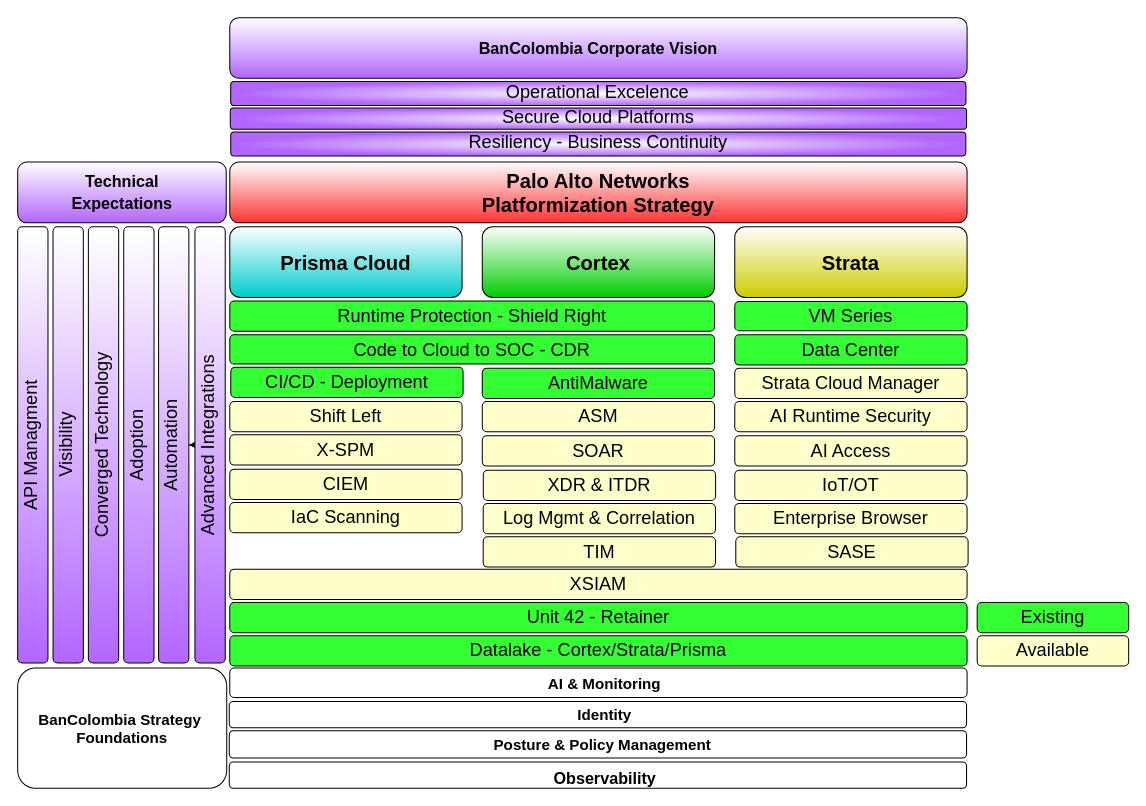
The draw.io diagram page "Long Term" (2 of 3) of BanColombia.drawio in lcastrose/architecture, before the edit. Source tidied: cells renumbered, new cells numbered last; positions are measured from the earlier drawing's top-left corner, leaving out a move shared by most shapes. Both pictures are drawn from the tidied source at 101%, with x=0, y=0 at pixel (17, -275).
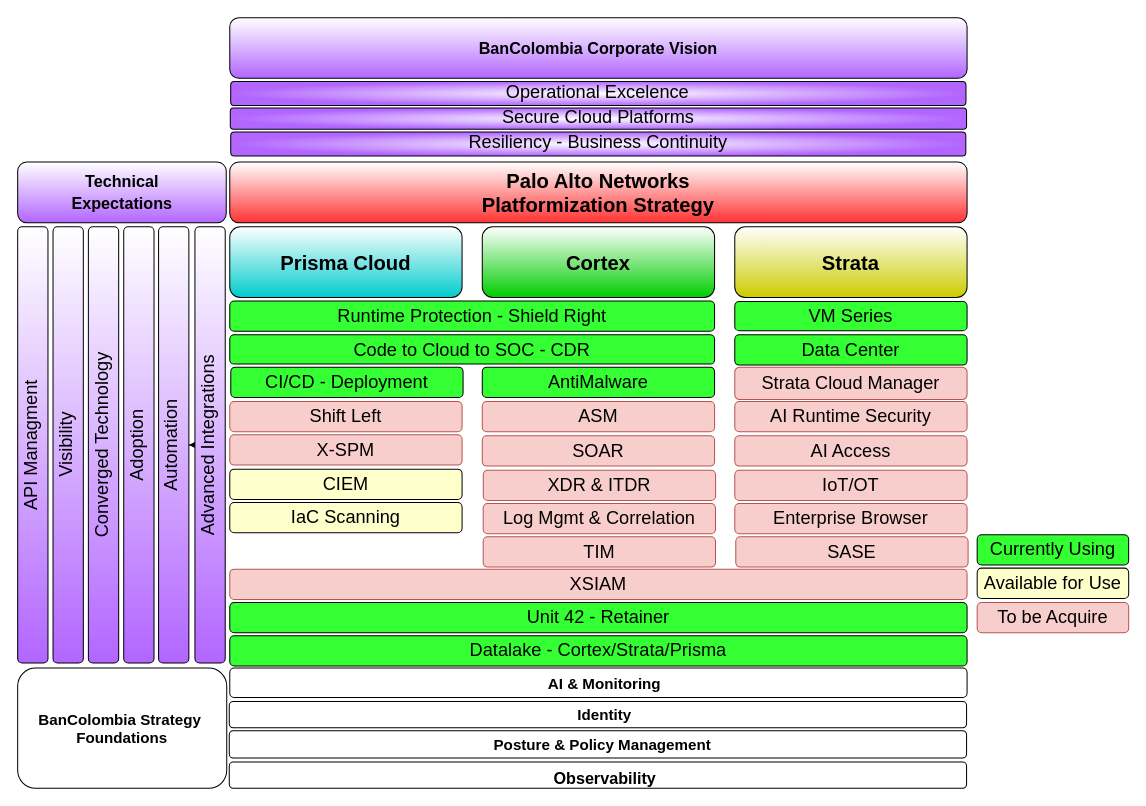
Above is the later version.

Diff of the diagram source:
```diff
@@
-    <mxCell id="11" value="Strata Cloud Manager" style="rounded=1;whiteSpace=wrap;html=1;fontSize=18;fillColor=#FFFFCC;" parent="1" vertex="1">
-      <mxGeometry x="710" y="636" width="230" height="30" as="geometry" />
+    <mxCell id="11" value="Strata Cloud Manager" style="rounded=1;whiteSpace=wrap;html=1;fontSize=18;fillColor=#f8cecc;strokeColor=#b85450;" parent="1" vertex="1">
+      <mxGeometry x="710" y="635" width="230" height="32" as="geometry" />
     </mxCell>
@@
-    <mxCell id="16" value="Enterprise Browser" style="rounded=1;whiteSpace=wrap;html=1;fontSize=18;fillColor=#FFFFCC;" parent="1" vertex="1">
+    <mxCell id="16" value="Enterprise Browser" style="rounded=1;whiteSpace=wrap;html=1;fontSize=18;fillColor=#f8cecc;strokeColor=#b85450;" parent="1" vertex="1">
       <mxGeometry x="710" y="770" width="230" height="30" as="geometry" />
     </mxCell>
@@
-    <mxCell id="18" value="Shift Left" style="rounded=1;whiteSpace=wrap;html=1;fontSize=18;fillColor=#FFFFCC;" parent="1" vertex="1">
+    <mxCell id="18" value="Shift Left" style="rounded=1;whiteSpace=wrap;html=1;fontSize=18;fillColor=#f8cecc;strokeColor=#b85450;" parent="1" vertex="1">
       <mxGeometry x="210" y="669" width="230" height="30" as="geometry" />
     </mxCell>
-    <mxCell id="19" value="X-SPM" style="rounded=1;whiteSpace=wrap;html=1;fontSize=18;fillColor=#FFFFCC;" parent="1" vertex="1">
+    <mxCell id="19" value="X-SPM" style="rounded=1;whiteSpace=wrap;html=1;fontSize=18;fillColor=#f8cecc;strokeColor=#b85450;" parent="1" vertex="1">
       <mxGeometry x="210" y="702" width="230" height="30" as="geometry" />
     </mxCell>
@@
-    <mxCell id="21" value="IoT/OT" style="rounded=1;whiteSpace=wrap;html=1;fontSize=18;strokeWidth=1;strokeColor=#000000;fillColor=#FFFFCC;" parent="1" vertex="1">
+    <mxCell id="21" value="IoT/OT" style="rounded=1;whiteSpace=wrap;html=1;fontSize=18;strokeWidth=1;strokeColor=#b85450;fillColor=#f8cecc;" parent="1" vertex="1">
       <mxGeometry x="710" y="737" width="230" height="30" as="geometry" />
     </mxCell>
@@
     <mxCell id="25" value="AntiMalware" style="rounded=1;whiteSpace=wrap;html=1;fontSize=18;fillColor=#33FF33;" parent="1" vertex="1">
-      <mxGeometry x="460" y="636" width="230" height="30" as="geometry" />
+      <mxGeometry x="460" y="635" width="230" height="30" as="geometry" />
     </mxCell>
@@
-    <mxCell id="29" value="XSIAM" style="rounded=1;whiteSpace=wrap;html=1;fontSize=18;fillColor=#FFFFCC;" parent="1" vertex="1">
+    <mxCell id="29" value="XSIAM" style="rounded=1;whiteSpace=wrap;html=1;fontSize=18;fillColor=#f8cecc;strokeColor=#b85450;" parent="1" vertex="1">
       <mxGeometry x="210" y="835" width="730" height="30" as="geometry" />
     </mxCell>
@@
-    <mxCell id="31" value="AI Runtime Security" style="rounded=1;whiteSpace=wrap;html=1;fontSize=18;fillColor=#FFFFCC;" parent="1" vertex="1">
+    <mxCell id="31" value="AI Runtime Security" style="rounded=1;whiteSpace=wrap;html=1;fontSize=18;fillColor=#f8cecc;strokeColor=#b85450;" parent="1" vertex="1">
       <mxGeometry x="710" y="669" width="230" height="30" as="geometry" />
     </mxCell>
-    <mxCell id="32" value="AI Access" style="rounded=1;whiteSpace=wrap;html=1;fontSize=18;fillColor=#FFFFCC;" parent="1" vertex="1">
+    <mxCell id="32" value="AI Access" style="rounded=1;whiteSpace=wrap;html=1;fontSize=18;fillColor=#f8cecc;strokeColor=#b85450;" parent="1" vertex="1">
       <mxGeometry x="710" y="703" width="230" height="30" as="geometry" />
     </mxCell>
-    <mxCell id="33" value="Existing" style="rounded=1;whiteSpace=wrap;html=1;fontSize=18;strokeWidth=1;strokeColor=#000000;fillColor=#33FF33;" parent="1" vertex="1">
-      <mxGeometry x="950" y="868" width="150" height="30" as="geometry" />
-    </mxCell>
-    <mxCell id="34" value="Available" style="rounded=1;whiteSpace=wrap;html=1;fontSize=18;fillColor=#FFFFCC;" parent="1" vertex="1">
-      <mxGeometry x="950" y="901" width="150" height="30" as="geometry" />
-    </mxCell>
@@
-    <mxCell id="37" value="SASE" style="rounded=1;whiteSpace=wrap;html=1;fontSize=18;fillColor=#FFFFCC;" parent="1" vertex="1">
+    <mxCell id="37" value="SASE" style="rounded=1;whiteSpace=wrap;html=1;fontSize=18;fillColor=#f8cecc;strokeColor=#b85450;" parent="1" vertex="1">
       <mxGeometry x="711" y="803" width="230" height="30" as="geometry" />
     </mxCell>
@@
-    <mxCell id="39" value="ASM" style="rounded=1;whiteSpace=wrap;html=1;fontSize=18;fillColor=#FFFFCC;" parent="1" vertex="1">
+    <mxCell id="39" value="ASM" style="rounded=1;whiteSpace=wrap;html=1;fontSize=18;fillColor=#f8cecc;strokeColor=#b85450;" parent="1" vertex="1">
       <mxGeometry x="460" y="669" width="230" height="30" as="geometry" />
     </mxCell>
-    <mxCell id="40" value="SOAR" style="rounded=1;whiteSpace=wrap;html=1;fontSize=18;fillColor=#FFFFCC;" parent="1" vertex="1">
+    <mxCell id="40" value="SOAR" style="rounded=1;whiteSpace=wrap;html=1;fontSize=18;fillColor=#f8cecc;strokeColor=#b85450;" parent="1" vertex="1">
       <mxGeometry x="460" y="703" width="230" height="30" as="geometry" />
     </mxCell>
-    <mxCell id="41" value="XDR &amp;amp; ITDR" style="rounded=1;whiteSpace=wrap;html=1;fontSize=18;fillColor=#FFFFCC;" parent="1" vertex="1">
+    <mxCell id="41" value="XDR &amp;amp; ITDR" style="rounded=1;whiteSpace=wrap;html=1;fontSize=18;fillColor=#f8cecc;strokeColor=#b85450;" parent="1" vertex="1">
       <mxGeometry x="461" y="737" width="230" height="30" as="geometry" />
     </mxCell>
-    <mxCell id="42" value="Log Mgmt &amp;amp; Correlation" style="rounded=1;whiteSpace=wrap;html=1;fontSize=18;fillColor=#FFFFCC;" parent="1" vertex="1">
+    <mxCell id="42" value="Log Mgmt &amp;amp; Correlation" style="rounded=1;whiteSpace=wrap;html=1;fontSize=18;fillColor=#f8cecc;strokeColor=#b85450;" parent="1" vertex="1">
       <mxGeometry x="460.9" y="770" width="230" height="30" as="geometry" />
     </mxCell>
-    <mxCell id="43" value="TIM" style="rounded=1;whiteSpace=wrap;html=1;fontSize=18;fillColor=#FFFFCC;" parent="1" vertex="1">
+    <mxCell id="43" value="TIM" style="rounded=1;whiteSpace=wrap;html=1;fontSize=18;fillColor=#f8cecc;strokeColor=#b85450;" parent="1" vertex="1">
       <mxGeometry x="460.9" y="803" width="230" height="30" as="geometry" />
     </mxCell>
@@
+    <mxCell id="49" value="Currently Using" style="rounded=1;whiteSpace=wrap;html=1;fontSize=18;strokeWidth=1;strokeColor=#000000;fillColor=#33FF33;" parent="1" vertex="1">
+      <mxGeometry x="950" y="801" width="150" height="30" as="geometry" />
+    </mxCell>
+    <mxCell id="50" value="Available for Use" style="rounded=1;whiteSpace=wrap;html=1;fontSize=18;fillColor=#FFFFCC;" parent="1" vertex="1">
+      <mxGeometry x="950" y="834" width="150" height="30" as="geometry" />
+    </mxCell>
+    <mxCell id="51" value="To be Acquire" style="rounded=1;whiteSpace=wrap;html=1;fontSize=18;fillColor=#f8cecc;strokeColor=#b85450;" parent="1" vertex="1">
+      <mxGeometry x="950" y="868" width="150" height="30" as="geometry" />
+    </mxCell>
```
